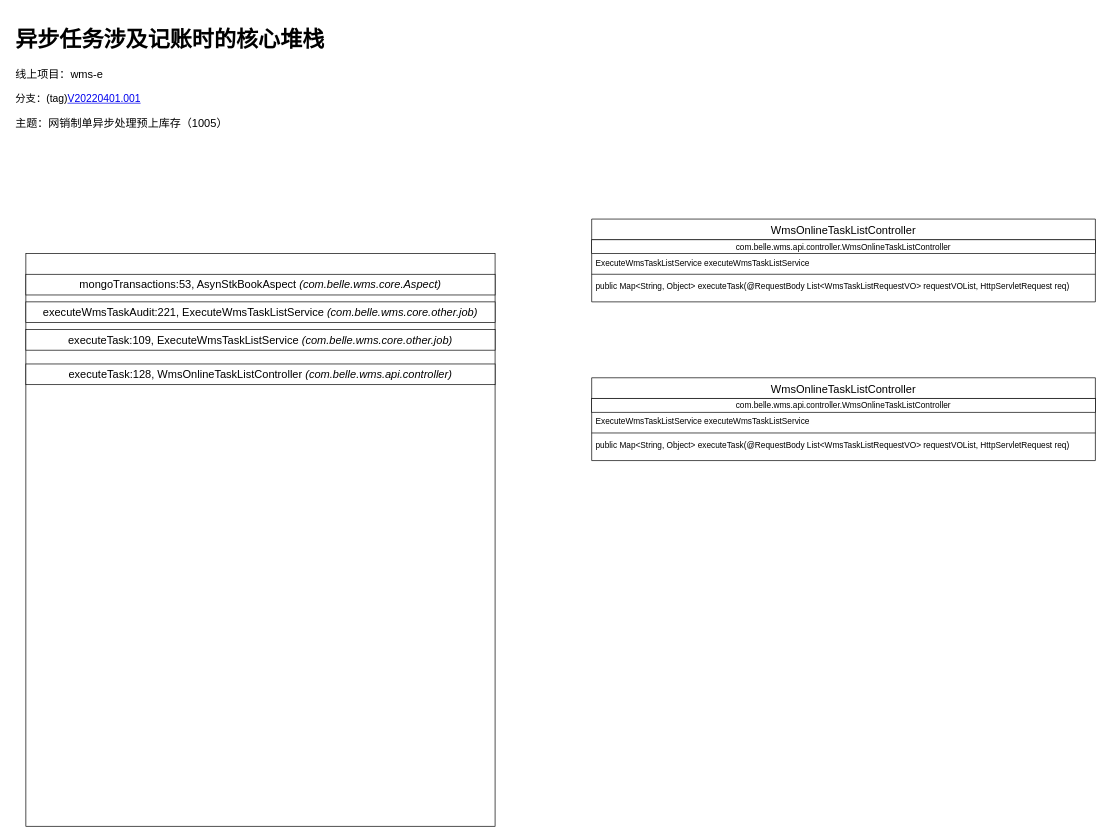
Before: diagrams/异步任务涉及记账时的堆栈.drawio in libo9527/static, a draw.io diagram. Source tidied: cells renumbered, new cells numbered last; positions are measured from the earlier drawing's top-left corner, leaving out a move shared by most shapes. Both pictures are drawn from the tidied source at 69%, with x=0, y=0 at pixel (12, 19).
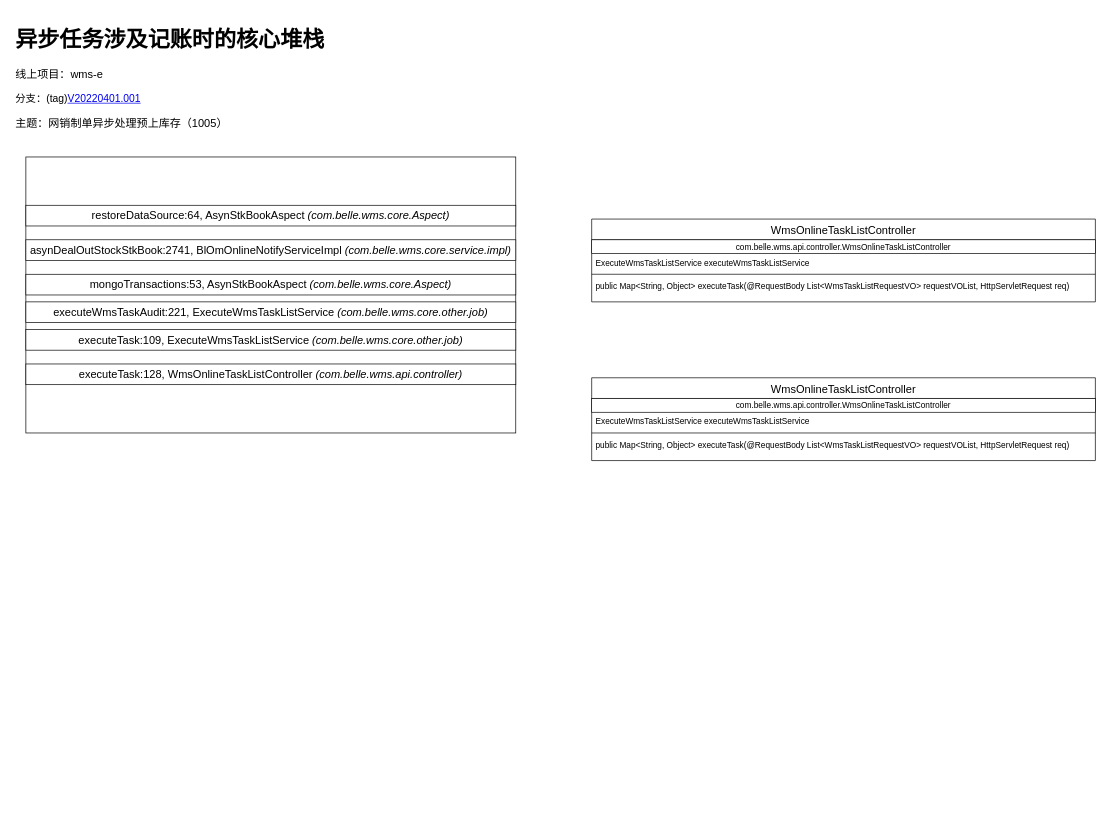
The same diagram, later.

Commit message:
更新异步任务涉及记账时的堆栈.drawio

The edit, as a diff of the source:
```diff
@@
 <mxGraphModel>
   <root>
     <mxCell id="0" />
     <mxCell id="1" parent="0" />
     <mxCell id="2" value="WmsOnlineTaskListController" style="swimlane;fontStyle=0;align=center;verticalAlign=top;horizontal=1;startSize=30;rounded=0;shadow=0;strokeWidth=1;fontSize=16;" parent="1" vertex="1">
       <mxGeometry x="840" y="290" width="730" height="120" as="geometry" />
     </mxCell>
     <mxCell id="3" value="&lt;font style=&quot;font-size: 12px&quot;&gt;com.belle.wms.api.controller.WmsOnlineTaskListController&lt;/font&gt;" style="rounded=0;whiteSpace=wrap;html=1;fontSize=14;" parent="2" vertex="1">
       <mxGeometry y="30" width="730" height="20" as="geometry" />
     </mxCell>
     <mxCell id="4" value="ExecuteWmsTaskListService executeWmsTaskListService" style="text;align=left;verticalAlign=top;spacingLeft=4;spacingRight=4;overflow=hidden;" parent="2" vertex="1">
       <mxGeometry y="50" width="730" height="26" as="geometry" />
     </mxCell>
     <mxCell id="5" style="line;html=1;strokeWidth=1;align=left;verticalAlign=middle;spacingTop=-1;spacingLeft=3;spacingRight=3;labelPosition=right;" parent="2" vertex="1">
       <mxGeometry y="76" width="730" height="8" as="geometry" />
     </mxCell>
     <mxCell id="6" value="public Map&lt;String, Object&gt; executeTask(@RequestBody List&lt;WmsTaskListRequestVO&gt; requestVOList, HttpServletRequest req)" style="text;align=left;verticalAlign=top;spacingLeft=4;spacingRight=4;overflow=hidden;" parent="2" vertex="1">
       <mxGeometry y="84" width="730" height="26" as="geometry" />
     </mxCell>
     <mxCell id="7" value="WmsOnlineTaskListController" style="swimlane;fontStyle=0;align=center;verticalAlign=top;horizontal=1;startSize=30;rounded=0;shadow=0;strokeWidth=1;fontSize=16;" parent="1" vertex="1">
       <mxGeometry x="840" y="520" width="730" height="120" as="geometry" />
     </mxCell>
     <mxCell id="8" value="&lt;font style=&quot;font-size: 12px&quot;&gt;com.belle.wms.api.controller.WmsOnlineTaskListController&lt;/font&gt;" style="rounded=0;whiteSpace=wrap;html=1;fontSize=14;" parent="7" vertex="1">
       <mxGeometry y="30" width="730" height="20" as="geometry" />
     </mxCell>
     <mxCell id="9" value="ExecuteWmsTaskListService executeWmsTaskListService" style="text;align=left;verticalAlign=top;spacingLeft=4;spacingRight=4;overflow=hidden;" parent="7" vertex="1">
       <mxGeometry y="50" width="730" height="26" as="geometry" />
     </mxCell>
     <mxCell id="10" style="line;html=1;strokeWidth=1;align=left;verticalAlign=middle;spacingTop=-1;spacingLeft=3;spacingRight=3;labelPosition=right;" parent="7" vertex="1">
       <mxGeometry y="76" width="730" height="8" as="geometry" />
     </mxCell>
     <mxCell id="11" value="public Map&lt;String, Object&gt; executeTask(@RequestBody List&lt;WmsTaskListRequestVO&gt; requestVOList, HttpServletRequest req)" style="text;align=left;verticalAlign=top;spacingLeft=4;spacingRight=4;overflow=hidden;" parent="7" vertex="1">
       <mxGeometry y="84" width="730" height="26" as="geometry" />
     </mxCell>
     <mxCell id="12" value="&lt;h1&gt;异步任务涉及记账时的核心堆栈&lt;/h1&gt;&lt;p&gt;线上项目：wms-e&lt;/p&gt;&lt;p&gt;&lt;span style=&quot;font-size: 15px&quot;&gt;分支：(tag)&lt;a href=&quot;https://codeup.aliyun.com/611f154703f23adfbed10829/lesoon-sce-group/lesoon-wms-group/wms-e/tree/V20220401.001&quot;&gt;V20220401.001&lt;/a&gt;&lt;/span&gt;&lt;/p&gt;&lt;p&gt;主题：网销制单异步处理预上库存（1005）&lt;/p&gt;&lt;p&gt;&lt;br&gt;&lt;/p&gt;" style="text;html=1;strokeColor=none;fillColor=none;spacing=5;spacingTop=-20;whiteSpace=wrap;overflow=hidden;rounded=0;fontSize=16;" parent="1" vertex="1">
       <mxGeometry width="1000" height="190" as="geometry" />
     </mxCell>
     <mxCell id="13" style="rounded=0;whiteSpace=wrap;html=1;fontSize=16;" parent="1" vertex="1">
-      <mxGeometry x="20" y="340" width="680" height="830" as="geometry" />
+      <mxGeometry x="20" y="200" width="710" height="400" as="geometry" />
     </mxCell>
     <mxCell id="14" value="executeWmsTaskAudit:221, ExecuteWmsTaskListService&amp;nbsp;&lt;i&gt;(com.belle.wms.core.other.job)&lt;/i&gt;" style="rounded=0;whiteSpace=wrap;html=1;fontSize=16;" parent="1" vertex="1">
-      <mxGeometry x="20" y="410" width="680" height="30" as="geometry" />
+      <mxGeometry x="20" y="410" width="710" height="30" as="geometry" />
     </mxCell>
     <mxCell id="15" value="executeTask:109, ExecuteWmsTaskListService&amp;nbsp;&lt;i&gt;(com.belle.wms.core.other.job)&lt;/i&gt;" style="rounded=0;whiteSpace=wrap;html=1;fontSize=16;" parent="1" vertex="1">
-      <mxGeometry x="20" y="450" width="680" height="30" as="geometry" />
+      <mxGeometry x="20" y="450" width="710" height="30" as="geometry" />
     </mxCell>
     <mxCell id="16" value="executeTask:128, WmsOnlineTaskListController &lt;i&gt;(com.belle.wms.api.controller)&lt;/i&gt;" style="rounded=0;whiteSpace=wrap;html=1;fontSize=16;" parent="1" vertex="1">
-      <mxGeometry x="20" y="500" width="680" height="30" as="geometry" />
+      <mxGeometry x="20" y="500" width="710" height="30" as="geometry" />
     </mxCell>
     <mxCell id="17" value="mongoTransactions:53, AsynStkBookAspect&amp;nbsp;&lt;i&gt;(com.belle.wms.core.Aspect)&lt;/i&gt;" style="rounded=0;whiteSpace=wrap;html=1;fontSize=16;" parent="1" vertex="1">
-      <mxGeometry x="20" y="370" width="680" height="30" as="geometry" />
+      <mxGeometry x="20" y="370" width="710" height="30" as="geometry" />
     </mxCell>
+    <mxCell id="18" value="asynDealOutStockStkBook:2741, BlOmOnlineNotifyServiceImpl&amp;nbsp;&lt;i&gt;(com.belle.wms.core.service.impl)&lt;/i&gt;" style="rounded=0;whiteSpace=wrap;html=1;fontSize=16;" parent="1" vertex="1">
+      <mxGeometry x="20" y="320" width="710" height="30" as="geometry" />
+    </mxCell>
+    <mxCell id="19" value="restoreDataSource:64, AsynStkBookAspect&amp;nbsp;&lt;i&gt;(com.belle.wms.core.Aspect)&lt;/i&gt;" style="rounded=0;whiteSpace=wrap;html=1;fontSize=16;" parent="1" vertex="1">
+      <mxGeometry x="20" y="270" width="710" height="30" as="geometry" />
+    </mxCell>
   </root>
 </mxGraphModel>
```
